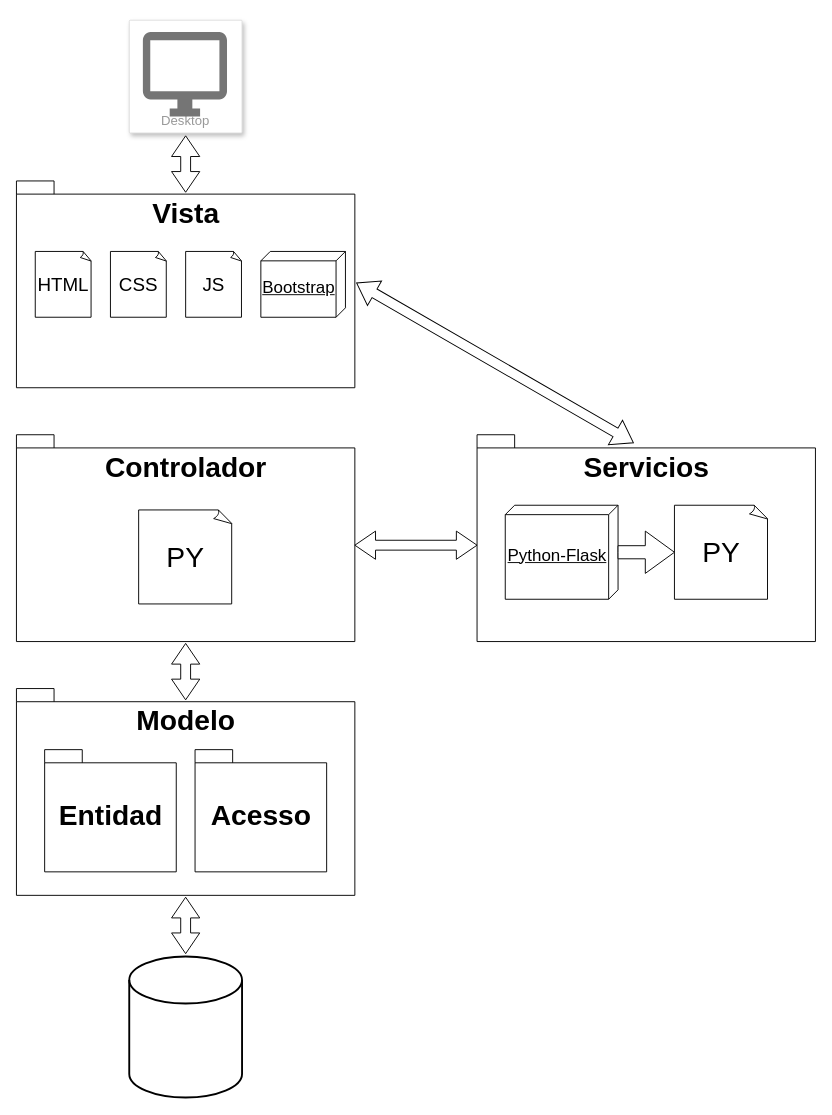
Above: page "MVC" (1 of 3) of Documentación/MVC.drawio in vladimbol7/Proyecto_Ciclo3 (draw.io), before the change. Source tidied: cells renumbered, new cells numbered last; positions are measured from the earlier drawing's top-left corner, leaving out a move shared by most shapes. Both pictures are drawn from the tidied source at 94%, with x=0, y=0 at pixel (16, 20).
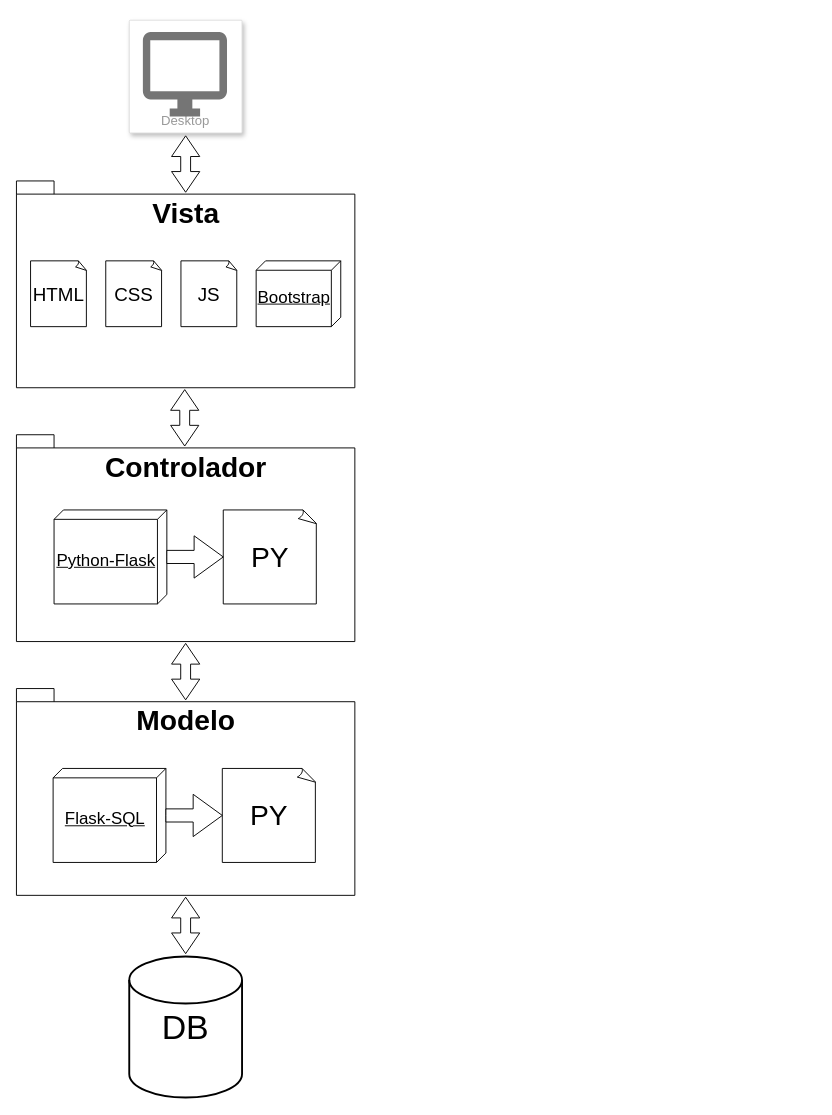
After the change.

The edit, as a diff of the source:
```diff
@@
-    <mxCell id="7" style="strokeWidth=2;html=1;shape=mxgraph.flowchart.database;whiteSpace=wrap;" parent="1" vertex="1">
+    <mxCell id="7" value="&lt;font style=&quot;font-size: 36px;&quot;&gt;DB&lt;/font&gt;" style="strokeWidth=2;html=1;shape=mxgraph.flowchart.database;whiteSpace=wrap;" parent="1" vertex="1">
       <mxGeometry x="120" y="996" width="120" height="150" as="geometry" />
     </mxCell>
@@
-    <mxCell id="9" style="html=1;shadow=0;dashed=0;align=center;verticalAlign=middle;shape=mxgraph.arrows2.twoWayArrow;dy=0.65;dx=22;rotation=30;" parent="1" vertex="1">
-      <mxGeometry x="339.1" y="349.5" width="340" height="30" as="geometry" />
-    </mxCell>
@@
-    <mxCell id="12" value="Entidad" style="shape=folder;fontStyle=1;spacingTop=10;tabWidth=40;tabHeight=14;tabPosition=left;html=1;fontSize=30;verticalAlign=middle;" parent="1" vertex="1">
-      <mxGeometry x="30" y="776" width="140" height="130" as="geometry" />
-    </mxCell>
-    <mxCell id="13" value="Acesso" style="shape=folder;fontStyle=1;spacingTop=10;tabWidth=40;tabHeight=14;tabPosition=left;html=1;fontSize=30;" parent="1" vertex="1">
-      <mxGeometry x="190" y="776" width="140" height="130" as="geometry" />
-    </mxCell>
     <mxCell id="14" value="HTML" style="whiteSpace=wrap;html=1;shape=mxgraph.basic.document;fontSize=20;" parent="1" vertex="1">
-      <mxGeometry x="20" y="246" width="60" height="70" as="geometry" />
+      <mxGeometry x="15" y="256" width="60" height="70" as="geometry" />
     </mxCell>
     <mxCell id="15" value="CSS" style="whiteSpace=wrap;html=1;shape=mxgraph.basic.document;fontSize=20;" parent="1" vertex="1">
-      <mxGeometry x="100" y="246" width="60" height="70" as="geometry" />
+      <mxGeometry x="95" y="256" width="60" height="70" as="geometry" />
     </mxCell>
     <mxCell id="16" value="JS" style="whiteSpace=wrap;html=1;shape=mxgraph.basic.document;fontSize=20;" parent="1" vertex="1">
-      <mxGeometry x="180" y="246" width="60" height="70" as="geometry" />
+      <mxGeometry x="175" y="256" width="60" height="70" as="geometry" />
     </mxCell>
-    <mxCell id="17" value="PY" style="whiteSpace=wrap;html=1;shape=mxgraph.basic.document;fontSize=30;" parent="1" vertex="1">
-      <mxGeometry x="130" y="521" width="100" height="100" as="geometry" />
-    </mxCell>
-    <mxCell id="18" value="Servicios" style="shape=folder;fontStyle=1;spacingTop=10;tabWidth=40;tabHeight=14;tabPosition=left;html=1;horizontal=1;verticalAlign=top;fontSize=30;" parent="1" vertex="1">
-      <mxGeometry x="490" y="441" width="360" height="220" as="geometry" />
-    </mxCell>
     <mxCell id="19" value="PY" style="whiteSpace=wrap;html=1;shape=mxgraph.basic.document;fontSize=30;" parent="1" vertex="1">
-      <mxGeometry x="700" y="516" width="100" height="100" as="geometry" />
+      <mxGeometry x="220" y="521" width="100" height="100" as="geometry" />
     </mxCell>
     <mxCell id="20" value="Python-Flask" style="verticalAlign=middle;align=center;spacingTop=8;spacingLeft=2;spacingRight=12;shape=cube;size=10;direction=south;fontStyle=4;html=1;fontSize=18;" parent="1" vertex="1">
-      <mxGeometry x="520" y="516" width="120" height="100" as="geometry" />
+      <mxGeometry x="40" y="521" width="120" height="100" as="geometry" />
     </mxCell>
     <mxCell id="21" style="html=1;shadow=0;dashed=0;align=center;verticalAlign=middle;shape=mxgraph.arrows2.arrow;dy=0.69;dx=31;notch=0;fontSize=18;" parent="1" vertex="1">
-      <mxGeometry x="640" y="543.5" width="60" height="45" as="geometry" />
+      <mxGeometry x="160" y="548.5" width="60" height="45" as="geometry" />
     </mxCell>
     <mxCell id="22" value="Bootstrap" style="verticalAlign=middle;align=center;spacingTop=8;spacingLeft=2;spacingRight=12;shape=cube;size=10;direction=south;fontStyle=4;html=1;fontSize=18;" parent="1" vertex="1">
-      <mxGeometry x="260" y="246" width="90" height="70" as="geometry" />
+      <mxGeometry x="255" y="256" width="90" height="70" as="geometry" />
     </mxCell>
-    <mxCell id="23" style="html=1;shadow=0;dashed=0;align=center;verticalAlign=middle;shape=mxgraph.arrows2.twoWayArrow;dy=0.65;dx=22;rotation=0;" parent="1" vertex="1">
-      <mxGeometry x="360" y="543.5" width="130" height="30" as="geometry" />
-    </mxCell>
+    <mxCell id="24" style="html=1;shadow=0;dashed=0;align=center;verticalAlign=middle;shape=mxgraph.arrows2.twoWayArrow;dy=0.65;dx=22;rotation=90;" parent="1" vertex="1">
+      <mxGeometry x="149" y="408" width="60" height="30" as="geometry" />
+    </mxCell>
+    <mxCell id="17" value="PY" style="whiteSpace=wrap;html=1;shape=mxgraph.basic.document;fontSize=30;" parent="1" vertex="1">
+      <mxGeometry x="219" y="796" width="100" height="100" as="geometry" />
+    </mxCell>
+    <mxCell id="25" value="Flask-SQL" style="verticalAlign=middle;align=center;spacingTop=8;spacingLeft=2;spacingRight=12;shape=cube;size=10;direction=south;fontStyle=4;html=1;fontSize=18;" parent="1" vertex="1">
+      <mxGeometry x="39" y="796" width="120" height="100" as="geometry" />
+    </mxCell>
+    <mxCell id="26" style="html=1;shadow=0;dashed=0;align=center;verticalAlign=middle;shape=mxgraph.arrows2.arrow;dy=0.69;dx=31;notch=0;fontSize=18;" parent="1" vertex="1">
+      <mxGeometry x="159" y="823.5" width="60" height="45" as="geometry" />
+    </mxCell>
```
